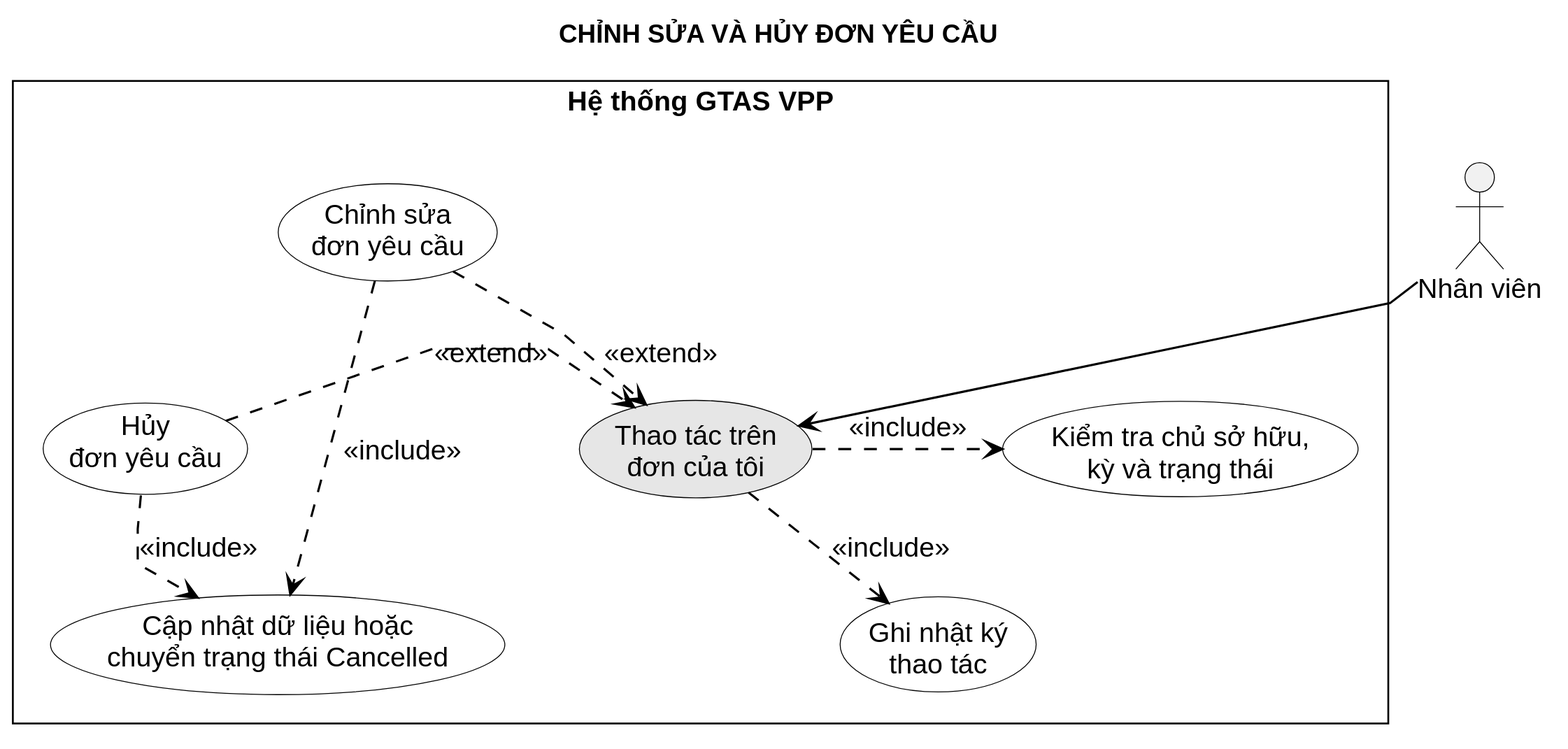
The PlantUML diagram LVTN/diagrams/ch03/use-case-edit-cancel-request.svg in Miikey24s/gtas_vpp, before a commit.
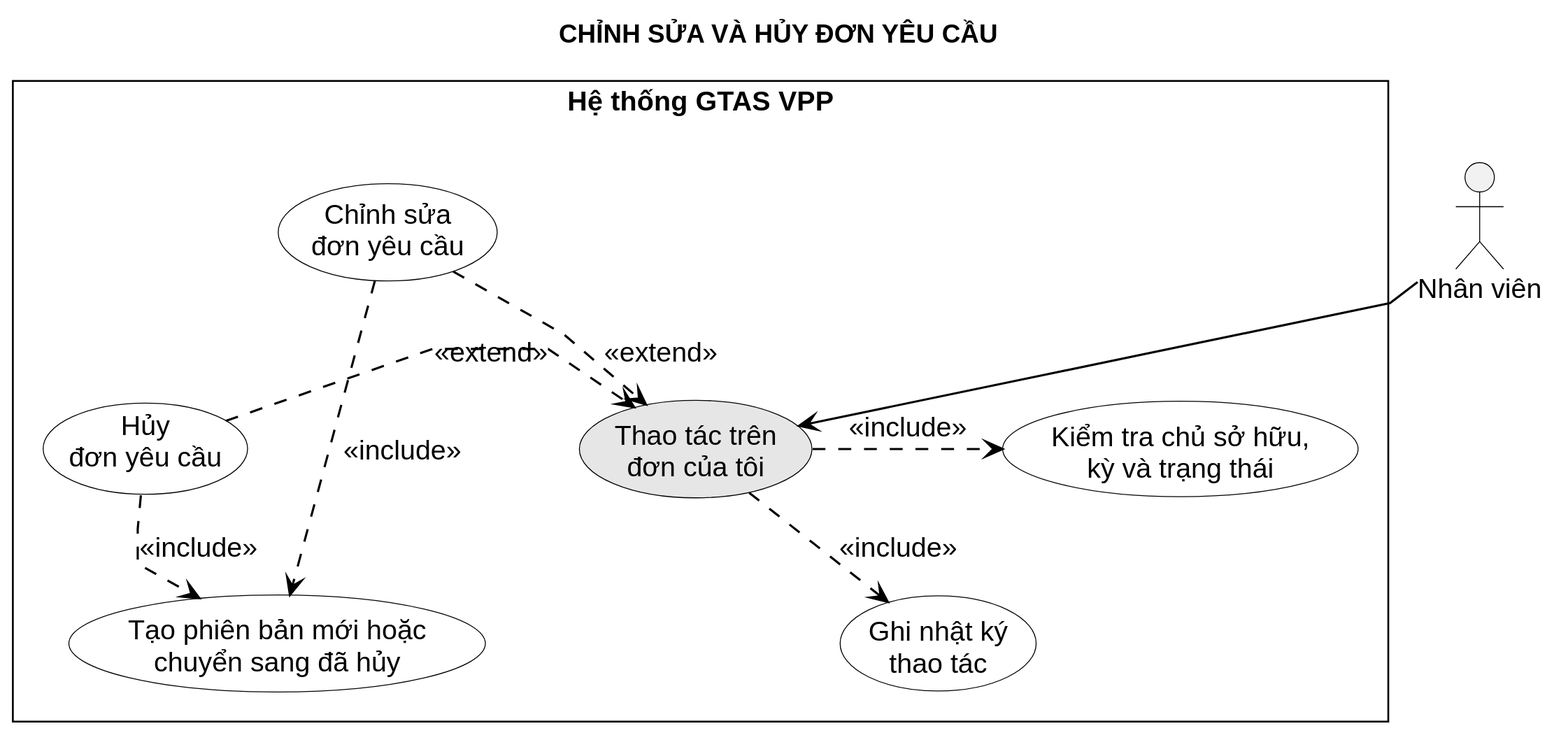
The same file after the commit.

Diff of the diagram source:
```diff
@@ -9,7 +9,7 @@
   usecase "Chỉnh sửa\nđơn yêu cầu" as Edit
   usecase "Hủy\nđơn yêu cầu" as Cancel
   usecase "Kiểm tra chủ sở hữu,\nkỳ và trạng thái" as Check
-  usecase "Cập nhật dữ liệu hoặc\nchuyển trạng thái Cancelled" as Persist
+  usecase "Tạo phiên bản mới hoặc\nchuyển sang đã hủy" as Persist
   usecase "Ghi nhật ký\nthao tác" as Log
 
   Manage -[hidden]right- Check
```
